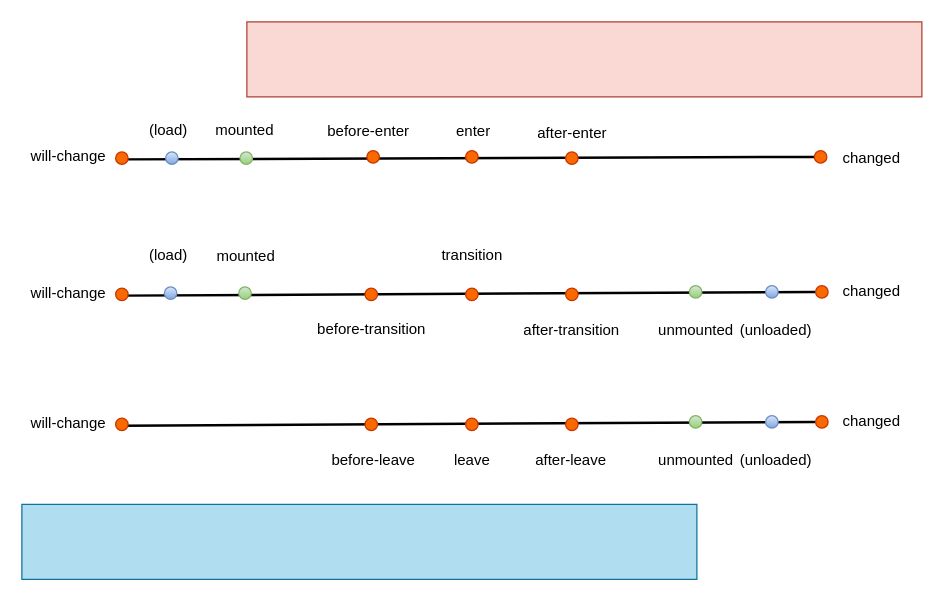
The draw.io diagram page "Event Sequence 2" (3 of 3) of packages/lib/web/router/docs/design/event.dio in Shin-Ogata/fieldwork, before the edit. Source tidied: cells renumbered, new cells numbered last; positions are measured from the earlier drawing's top-left corner, leaving out a move shared by most shapes. Both pictures are drawn from the tidied source at 125%, with x=0, y=0 at pixel (21, 21).
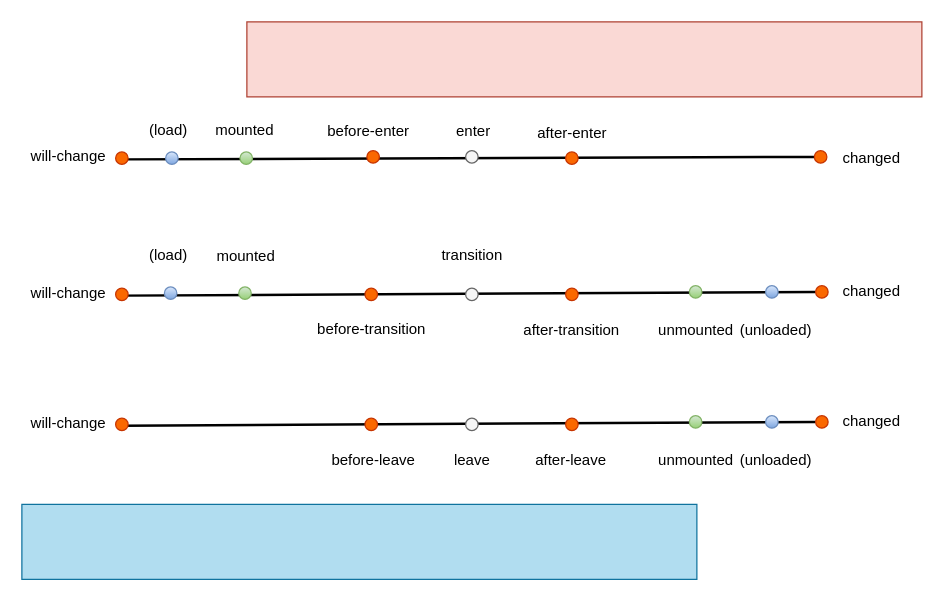
Above is the later version.

Diff of the diagram source:
```diff
@@
-    <mxCell id="15" style="ellipse;whiteSpace=wrap;html=1;fillColor=#fa6800;fontColor=#000000;strokeColor=#C73500;" parent="1" vertex="1">
+    <mxCell id="15" style="ellipse;whiteSpace=wrap;html=1;fillColor=#f5f5f5;fontColor=#333333;strokeColor=#666666;" parent="1" vertex="1">
       <mxGeometry x="355" y="103" width="10" height="10" as="geometry" />
     </mxCell>
@@
-    <mxCell id="27" style="ellipse;whiteSpace=wrap;html=1;fillColor=#fa6800;fontColor=#000000;strokeColor=#C73500;" parent="1" vertex="1">
+    <mxCell id="27" style="ellipse;whiteSpace=wrap;html=1;fillColor=#f5f5f5;fontColor=#333333;strokeColor=#666666;" parent="1" vertex="1">
       <mxGeometry x="355" y="317" width="10" height="10" as="geometry" />
     </mxCell>
@@
-    <mxCell id="42" style="ellipse;whiteSpace=wrap;html=1;fillColor=#fa6800;fontColor=#000000;strokeColor=#C73500;" parent="1" vertex="1">
+    <mxCell id="42" style="ellipse;whiteSpace=wrap;html=1;fillColor=#f5f5f5;fontColor=#333333;strokeColor=#666666;" parent="1" vertex="1">
       <mxGeometry x="355" y="213" width="10" height="10" as="geometry" />
     </mxCell>
```
